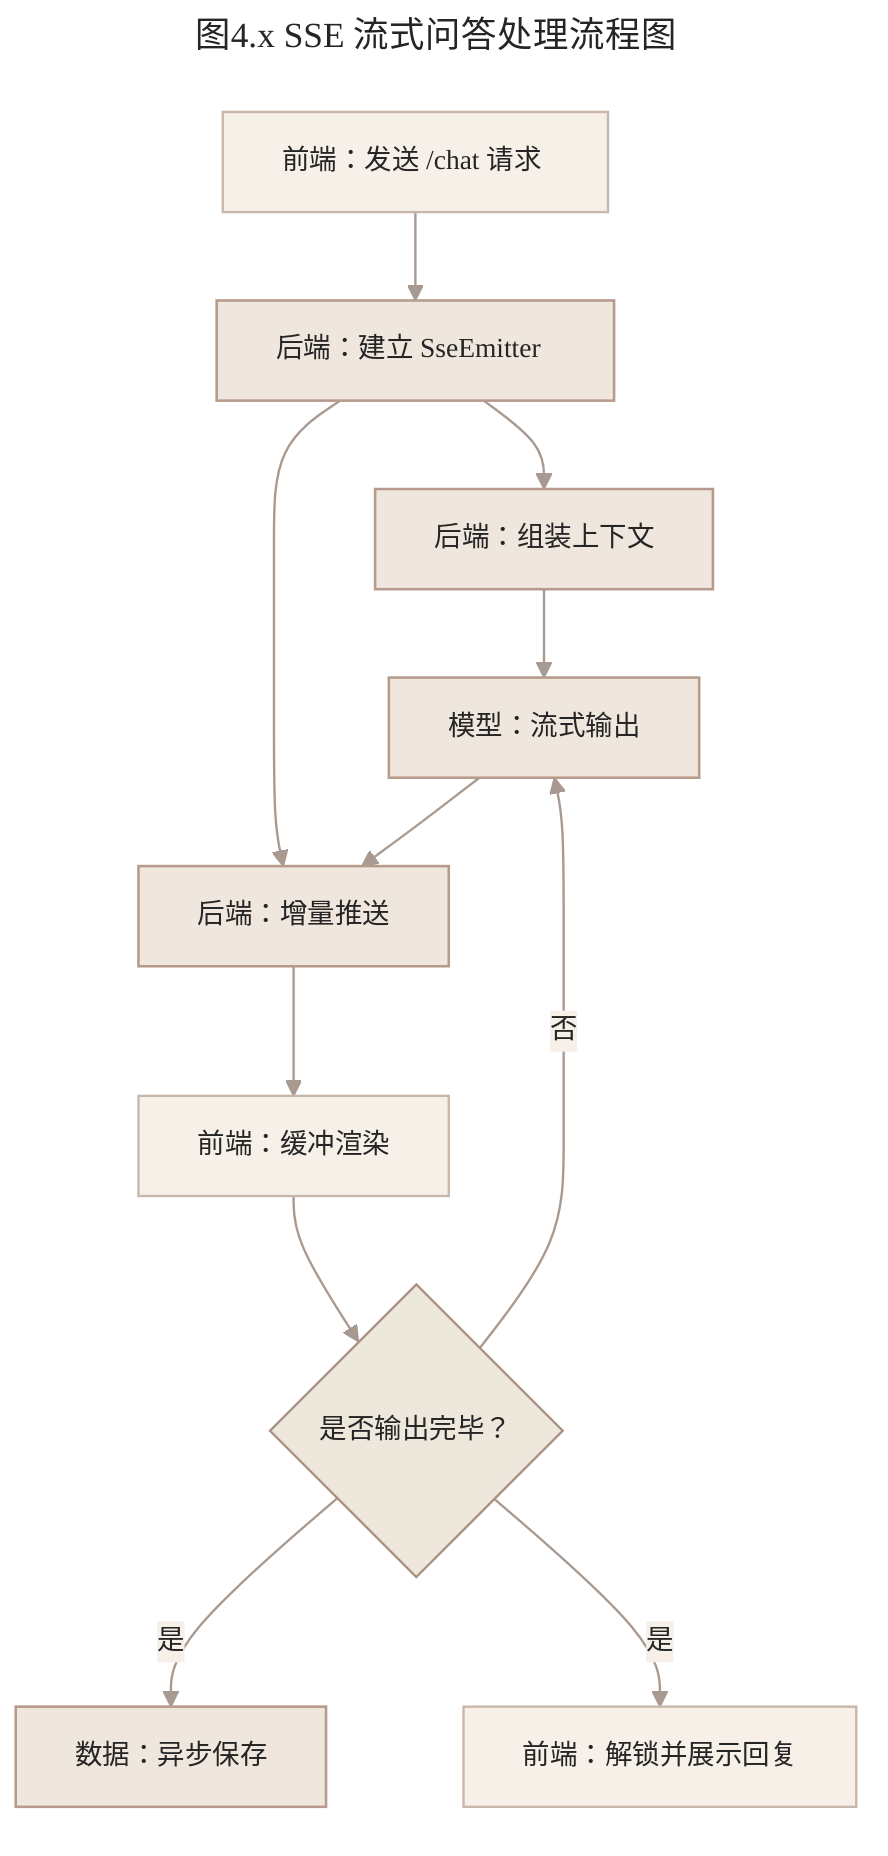
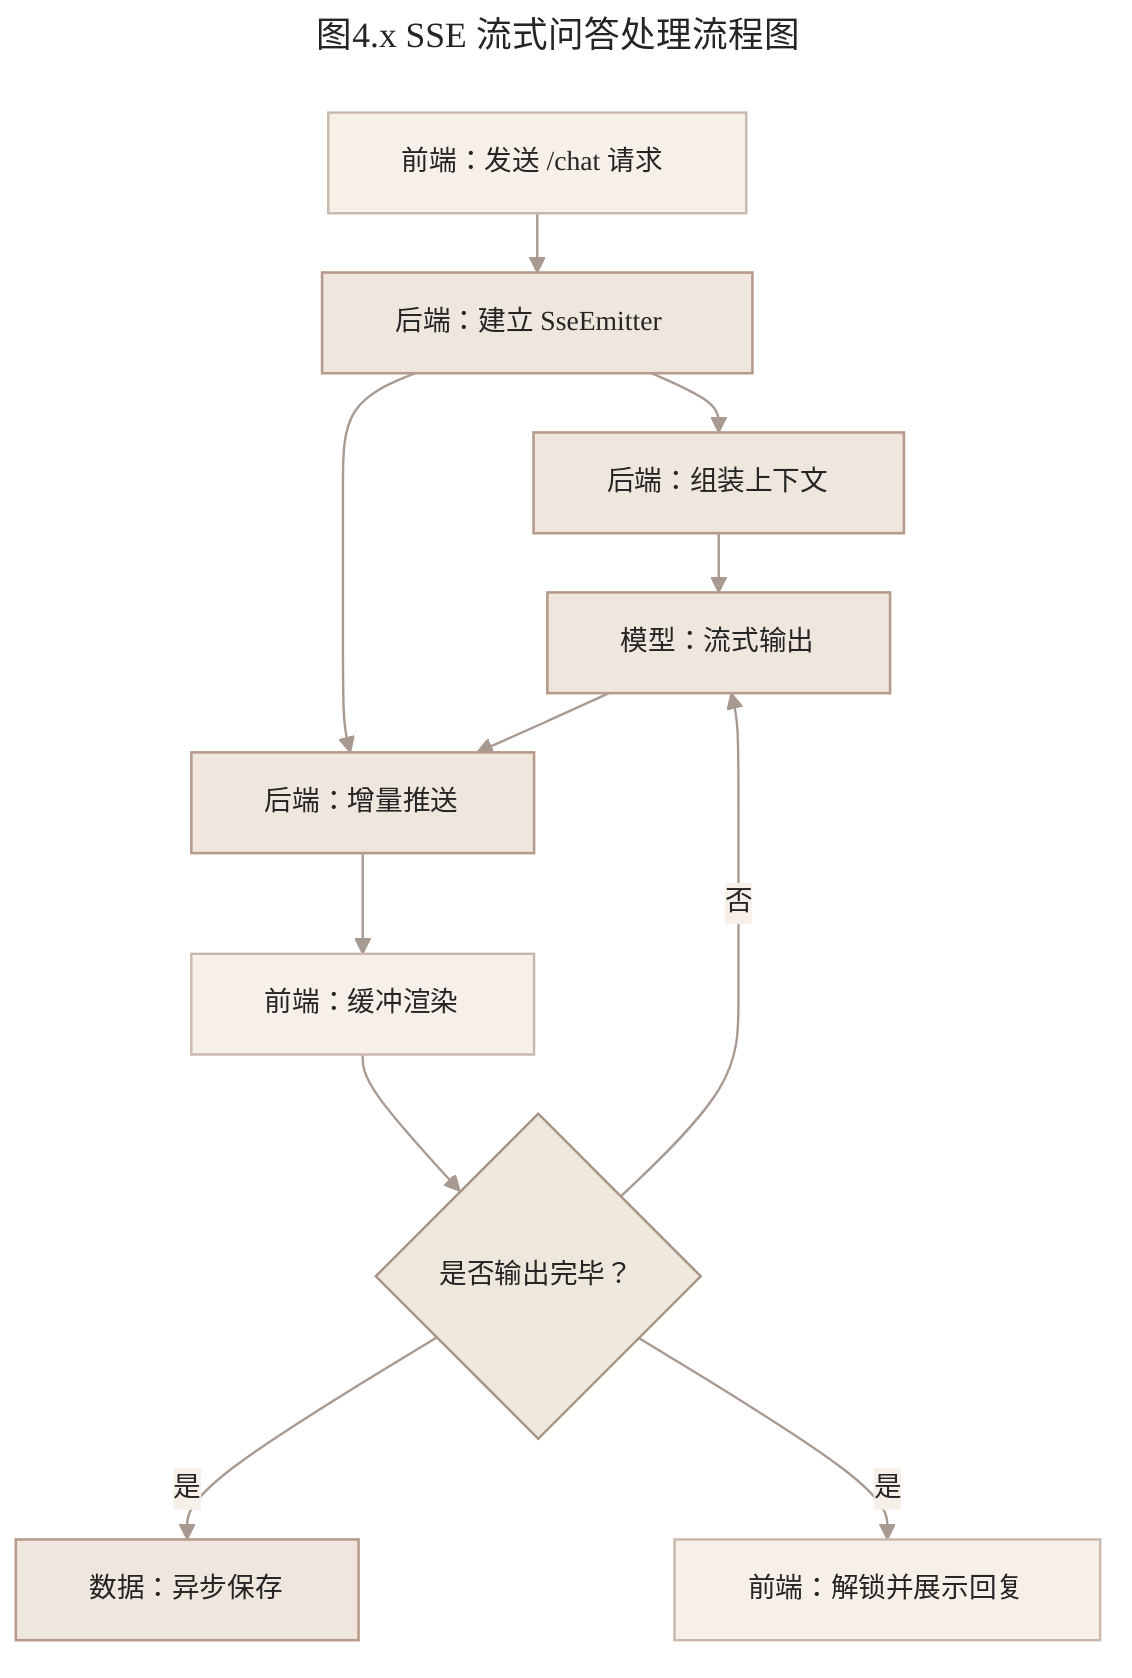
---
title: 图4.x SSE 流式问答处理流程图
---
%%{init: {
-   'theme': 'base',
-   'themeVariables': {
-     'background': '#FAF8F2',
-     'primaryColor': '#EFE6DD',
-     'primaryBorderColor': '#B79A8B',
-     'primaryTextColor': '#252525',
-     'lineColor': '#A89A90',
-     'secondaryColor': '#F6F0E8',
-     'tertiaryColor': '#FBFAF6',
-     'fontFamily': 'Microsoft YaHei, SimHei, Arial, sans-serif',
-     'fontSize': '14px'
+   "theme": "base",
+   "themeVariables": {
+     "background": "#FAF8F2",
+     "primaryColor": "#EFE6DD",
+     "primaryBorderColor": "#B79A8B",
+     "primaryTextColor": "#252525",
+     "lineColor": "#A89A90",
+     "secondaryColor": "#F6F0E8",
+     "tertiaryColor": "#FBFAF6",
+     "fontFamily": "system-ui, -apple-system, \"Microsoft YaHei\", sans-serif",
+     "fontSize": "14px",
+     "nodePadding": "15px"
  },
-   'flowchart': {
-     'nodeSpacing': 70,
-     'rankSpacing': 45
+   "flowchart": {
+     "nodeSpacing": 160,
+     "rankSpacing": 30
  }
}}%%
flowchart TB
-   fe_send["前端：发送 /chat 请求"]
+   fe_send[" &nbsp; 前端：发送 /chat 请求 &nbsp; "]

-   be_emitter["后端：建立 SseEmitter"]
-   be_context["后端：组装上下文"]
+   be_emitter[" &nbsp; 后端：建立 SseEmitter &nbsp; "]
+   be_context[" &nbsp; 后端：组装上下文 &nbsp; "]

-   llm_stream["模型：流式输出"]
-   be_push["后端：增量推送"]
-   fe_render["前端：缓冲渲染"]
+   llm_stream[" &nbsp; 模型：流式输出 &nbsp; "]
+   be_push[" &nbsp; 后端：增量推送 &nbsp; "]
+   fe_render[" &nbsp; 前端：缓冲渲染 &nbsp; "]

-   check_done{"是否输出完毕？"}
+   check_done{" &nbsp; 是否输出完毕？ &nbsp; "}

-   db_save["数据：异步保存"]
-   fe_finish["前端：解锁并展示回复"]
+   db_save[" &nbsp; 数据：异步保存 &nbsp; "]
+   fe_finish[" &nbsp; 前端：解锁并展示回复 &nbsp; "]

  fe_send --> be_emitter --> be_context

  be_context --> llm_stream
  be_emitter --> be_push

  llm_stream --> be_push
  be_push --> fe_render
  fe_render --> check_done

  check_done -- "否" --> llm_stream
  check_done -- "是" --> db_save
  check_done -- "是" --> fe_finish

  classDef main fill:#EFE6DD,stroke:#B79A8B,stroke-width:1.3px,color:#252525
  classDef node fill:#F6F0E8,stroke:#C8B7AA,stroke-width:1.2px,color:#252525
  classDef decision fill:#EEE7DC,stroke:#A89183,color:#252525

  class be_emitter,be_context,llm_stream,be_push,db_save main
  class fe_send,fe_render,fe_finish node
  class check_done decision
  linkStyle default stroke:#A89A90,stroke-width:1.2px
